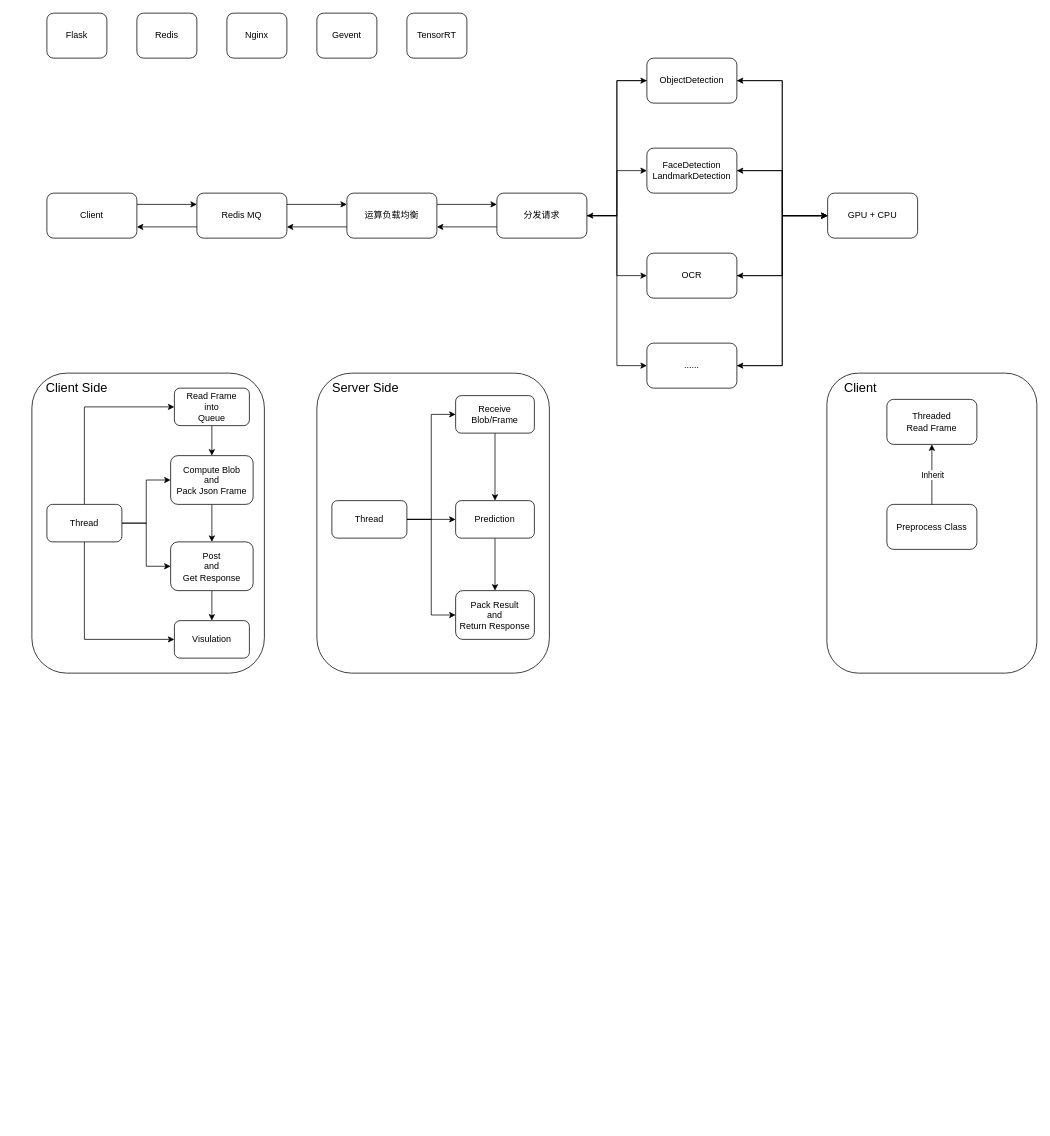
Above: System Design.drawio in houance/CV-API-PlatForm (draw.io), before the change. Source tidied: cells renumbered, new cells numbered last; positions are measured from the earlier drawing's top-left corner, leaving out a move shared by most shapes. Both pictures are drawn from the tidied source at 75%, with x=0, y=0 at pixel (13, 13).
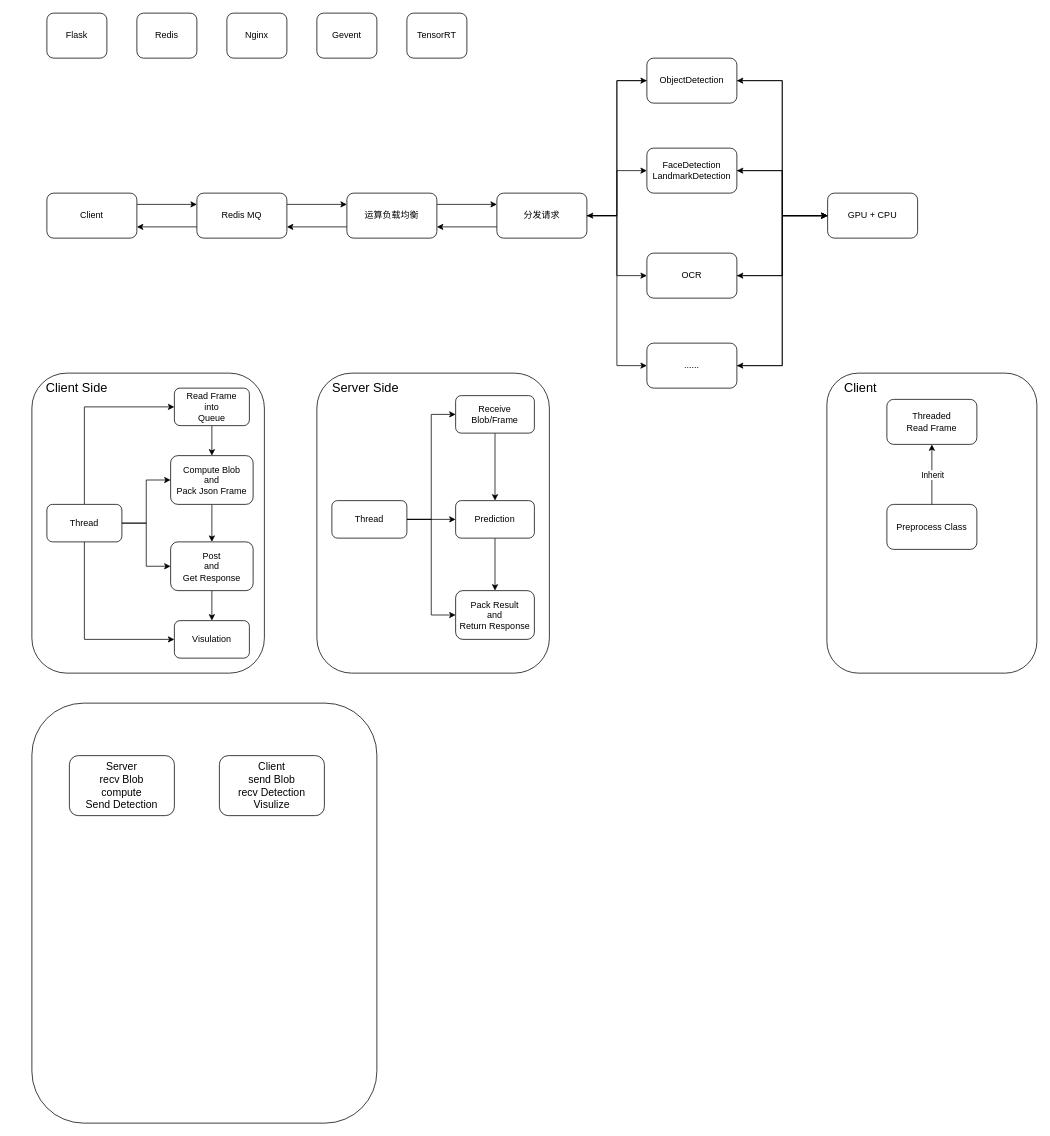
After the change.

Change to the diagram source:
```diff
@@
+    <mxCell id="66" style="rounded=1;whiteSpace=wrap;html=1;" parent="1" vertex="1">
+      <mxGeometry x="25" y="920" width="460" height="560" as="geometry" />
+    </mxCell>
@@
+    <mxCell id="67" value="&lt;font style=&quot;font-size: 14px&quot;&gt;Client&lt;br&gt;send Blob&lt;br&gt;recv Detection&lt;br&gt;Visulize&lt;br&gt;&lt;/font&gt;" style="rounded=1;whiteSpace=wrap;html=1;" parent="1" vertex="1">
+      <mxGeometry x="275" y="990" width="140" height="80" as="geometry" />
+    </mxCell>
+    <mxCell id="68" value="&lt;font style=&quot;font-size: 14px&quot;&gt;Server&lt;br&gt;recv Blob&lt;br&gt;compute&lt;br&gt;Send Detection&lt;br&gt;&lt;/font&gt;" style="rounded=1;whiteSpace=wrap;html=1;" parent="1" vertex="1">
+      <mxGeometry x="75" y="990" width="140" height="80" as="geometry" />
+    </mxCell>
```
